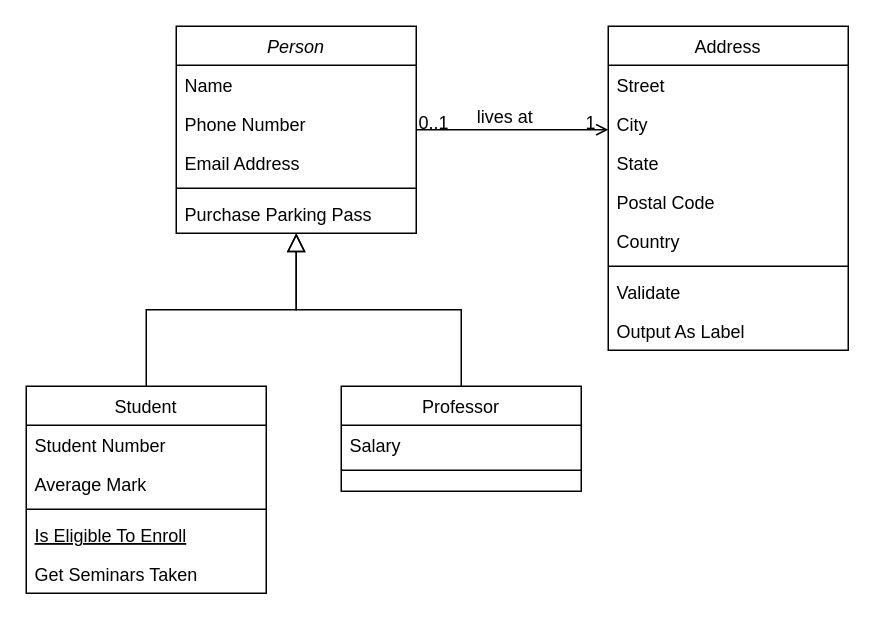
Above: Diagramme sans nom.drawio in dracsoft/jdr (draw.io), before the change. Source tidied: cells renumbered, new cells numbered last; positions are measured from the earlier drawing's top-left corner, leaving out a move shared by most shapes. Both pictures are drawn from the tidied source at 150%, with x=0, y=0 at pixel (26, 26).
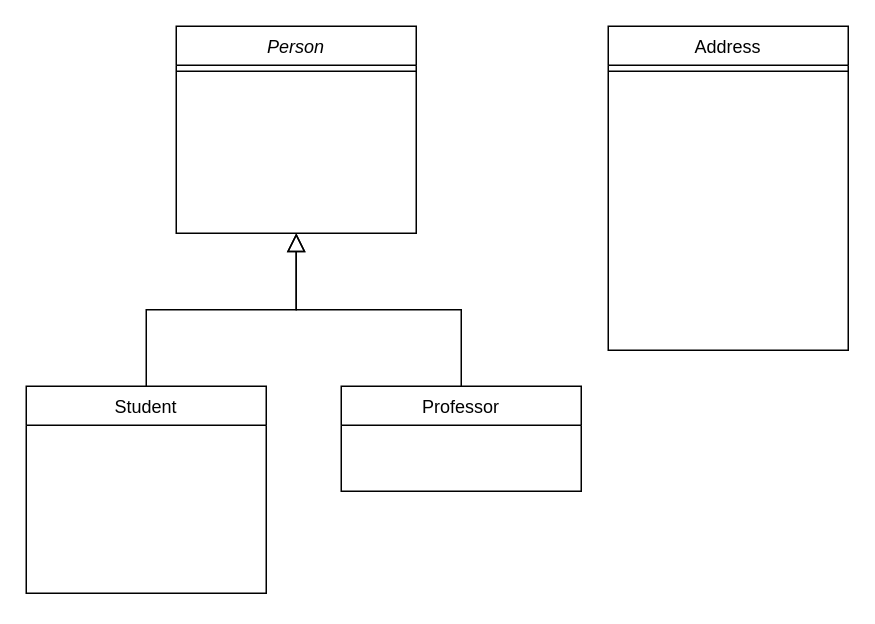
Above is the later version.

Commit message:
Mettre à jour Diagramme sans nom.drawio

The change refers to these unchanged cells:
```xml
<mxCell id="2" value="Person" style="swimlane;fontStyle=2;align=center;verticalAlign=top;horizontal=1;startSize=26;rounded=0;shadow=0;strokeWidth=1;" parent="1" vertex="1">
  <mxGeometry x="100" width="160" height="138" as="geometry" />
</mxCell>
<mxCell id="8" value="Student" style="swimlane;fontStyle=0;align=center;verticalAlign=top;horizontal=1;startSize=26;rounded=0;shadow=0;strokeWidth=1;" parent="1" vertex="1">
  <mxGeometry y="240" width="160" height="138" as="geometry" />
</mxCell>
<mxCell id="15" value="Professor" style="swimlane;fontStyle=0;align=center;verticalAlign=top;horizontal=1;startSize=26;rounded=0;shadow=0;strokeWidth=1;" parent="1" vertex="1">
  <mxGeometry x="210" y="240" width="160" height="70" as="geometry" />
</mxCell>
<mxCell id="19" value="Address" style="swimlane;fontStyle=0;align=center;verticalAlign=top;horizontal=1;startSize=26;rounded=0;shadow=0;strokeWidth=1;" parent="1" vertex="1">
  <mxGeometry x="388" width="160" height="216" as="geometry" />
</mxCell>
```

Change to the diagram source:
```diff
@@
-    <mxCell id="3" value="Name" style="text;align=left;verticalAlign=top;spacingLeft=4;spacingRight=4;overflow=hidden;" parent="2" vertex="1">
-      <mxGeometry y="26" width="160" height="26" as="geometry" />
-    </mxCell>
-    <mxCell id="4" value="Phone Number" style="text;align=left;verticalAlign=top;spacingLeft=4;spacingRight=4;overflow=hidden;rounded=0;shadow=0;html=0;" parent="2" vertex="1">
-      <mxGeometry y="52" width="160" height="26" as="geometry" />
-    </mxCell>
-    <mxCell id="5" value="Email Address" style="text;align=left;verticalAlign=top;spacingLeft=4;spacingRight=4;overflow=hidden;rounded=0;shadow=0;html=0;" parent="2" vertex="1">
-      <mxGeometry y="78" width="160" height="26" as="geometry" />
-    </mxCell>
     <mxCell id="6" style="line;html=1;strokeWidth=1;align=left;verticalAlign=middle;spacingTop=-1;spacingLeft=3;spacingRight=3;labelPosition=right;" parent="2" vertex="1">
-      <mxGeometry y="104" width="160" height="8" as="geometry" />
+      <mxGeometry y="26" width="160" height="8" as="geometry" />
     </mxCell>
-    <mxCell id="7" value="Purchase Parking Pass" style="text;align=left;verticalAlign=top;spacingLeft=4;spacingRight=4;overflow=hidden;" parent="2" vertex="1">
-      <mxGeometry y="112" width="160" height="26" as="geometry" />
-    </mxCell>
@@
-    <mxCell id="9" value="Student Number" style="text;align=left;verticalAlign=top;spacingLeft=4;spacingRight=4;overflow=hidden;" parent="8" vertex="1">
-      <mxGeometry y="26" width="160" height="26" as="geometry" />
-    </mxCell>
-    <mxCell id="10" value="Average Mark" style="text;align=left;verticalAlign=top;spacingLeft=4;spacingRight=4;overflow=hidden;rounded=0;shadow=0;html=0;" parent="8" vertex="1">
-      <mxGeometry y="52" width="160" height="26" as="geometry" />
-    </mxCell>
-    <mxCell id="11" style="line;html=1;strokeWidth=1;align=left;verticalAlign=middle;spacingTop=-1;spacingLeft=3;spacingRight=3;labelPosition=right;" parent="8" vertex="1">
-      <mxGeometry y="78" width="160" height="8" as="geometry" />
-    </mxCell>
-    <mxCell id="12" value="Is Eligible To Enroll" style="text;align=left;verticalAlign=top;spacingLeft=4;spacingRight=4;overflow=hidden;fontStyle=4;" parent="8" vertex="1">
-      <mxGeometry y="86" width="160" height="26" as="geometry" />
-    </mxCell>
-    <mxCell id="13" value="Get Seminars Taken" style="text;align=left;verticalAlign=top;spacingLeft=4;spacingRight=4;overflow=hidden;" parent="8" vertex="1">
-      <mxGeometry y="112" width="160" height="26" as="geometry" />
-    </mxCell>
@@
-    <mxCell id="16" value="Salary" style="text;align=left;verticalAlign=top;spacingLeft=4;spacingRight=4;overflow=hidden;" parent="15" vertex="1">
-      <mxGeometry y="26" width="160" height="26" as="geometry" />
-    </mxCell>
-    <mxCell id="17" style="line;html=1;strokeWidth=1;align=left;verticalAlign=middle;spacingTop=-1;spacingLeft=3;spacingRight=3;labelPosition=right;" parent="15" vertex="1">
-      <mxGeometry y="52" width="160" height="8" as="geometry" />
-    </mxCell>
@@
-    <mxCell id="20" value="Street" style="text;align=left;verticalAlign=top;spacingLeft=4;spacingRight=4;overflow=hidden;" parent="19" vertex="1">
-      <mxGeometry y="26" width="160" height="26" as="geometry" />
-    </mxCell>
-    <mxCell id="21" value="City" style="text;align=left;verticalAlign=top;spacingLeft=4;spacingRight=4;overflow=hidden;rounded=0;shadow=0;html=0;" parent="19" vertex="1">
-      <mxGeometry y="52" width="160" height="26" as="geometry" />
-    </mxCell>
-    <mxCell id="22" value="State" style="text;align=left;verticalAlign=top;spacingLeft=4;spacingRight=4;overflow=hidden;rounded=0;shadow=0;html=0;" parent="19" vertex="1">
-      <mxGeometry y="78" width="160" height="26" as="geometry" />
-    </mxCell>
-    <mxCell id="23" value="Postal Code" style="text;align=left;verticalAlign=top;spacingLeft=4;spacingRight=4;overflow=hidden;rounded=0;shadow=0;html=0;" parent="19" vertex="1">
-      <mxGeometry y="104" width="160" height="26" as="geometry" />
-    </mxCell>
-    <mxCell id="24" value="Country" style="text;align=left;verticalAlign=top;spacingLeft=4;spacingRight=4;overflow=hidden;rounded=0;shadow=0;html=0;" parent="19" vertex="1">
-      <mxGeometry y="130" width="160" height="26" as="geometry" />
-    </mxCell>
     <mxCell id="25" style="line;html=1;strokeWidth=1;align=left;verticalAlign=middle;spacingTop=-1;spacingLeft=3;spacingRight=3;labelPosition=right;" parent="19" vertex="1">
-      <mxGeometry y="156" width="160" height="8" as="geometry" />
+      <mxGeometry y="26" width="160" height="8" as="geometry" />
     </mxCell>
-    <mxCell id="26" value="Validate" style="text;align=left;verticalAlign=top;spacingLeft=4;spacingRight=4;overflow=hidden;" parent="19" vertex="1">
-      <mxGeometry y="164" width="160" height="26" as="geometry" />
-    </mxCell>
-    <mxCell id="27" value="Output As Label" style="text;align=left;verticalAlign=top;spacingLeft=4;spacingRight=4;overflow=hidden;" parent="19" vertex="1">
-      <mxGeometry y="190" width="160" height="26" as="geometry" />
-    </mxCell>
-    <mxCell id="28" style="endArrow=open;shadow=0;strokeWidth=1;rounded=0;curved=0;endFill=1;edgeStyle=elbowEdgeStyle;elbow=vertical;" parent="1" edge="1" source="2" target="19">
-      <mxGeometry x="0.5" y="41" relative="1" as="geometry">
-        <mxPoint x="-40" y="32" as="offset" />
-      </mxGeometry>
-    </mxCell>
-    <mxCell id="29" value="0..1" style="align=left;verticalAlign=bottom;labelBackgroundColor=none;fontSize=12;" parent="28" vertex="1">
-      <mxGeometry x="-1" relative="1" as="geometry">
-        <mxPoint y="4" as="offset" />
-      </mxGeometry>
-    </mxCell>
-    <mxCell id="30" value="1" style="align=right;verticalAlign=bottom;labelBackgroundColor=none;fontSize=12;" parent="28" vertex="1">
-      <mxGeometry x="1" relative="1" as="geometry">
-        <mxPoint x="-7" y="4" as="offset" />
-      </mxGeometry>
-    </mxCell>
-    <mxCell id="31" value="lives at" style="text;html=1;align=center;verticalAlign=middle;labelBackgroundColor=none;rounded=0;shadow=0;strokeWidth=1;fontSize=12;" parent="28" vertex="1">
-      <mxGeometry x="0.5" y="49" relative="1" as="geometry">
-        <mxPoint x="-38" y="40" as="offset" />
-      </mxGeometry>
-    </mxCell>
```
